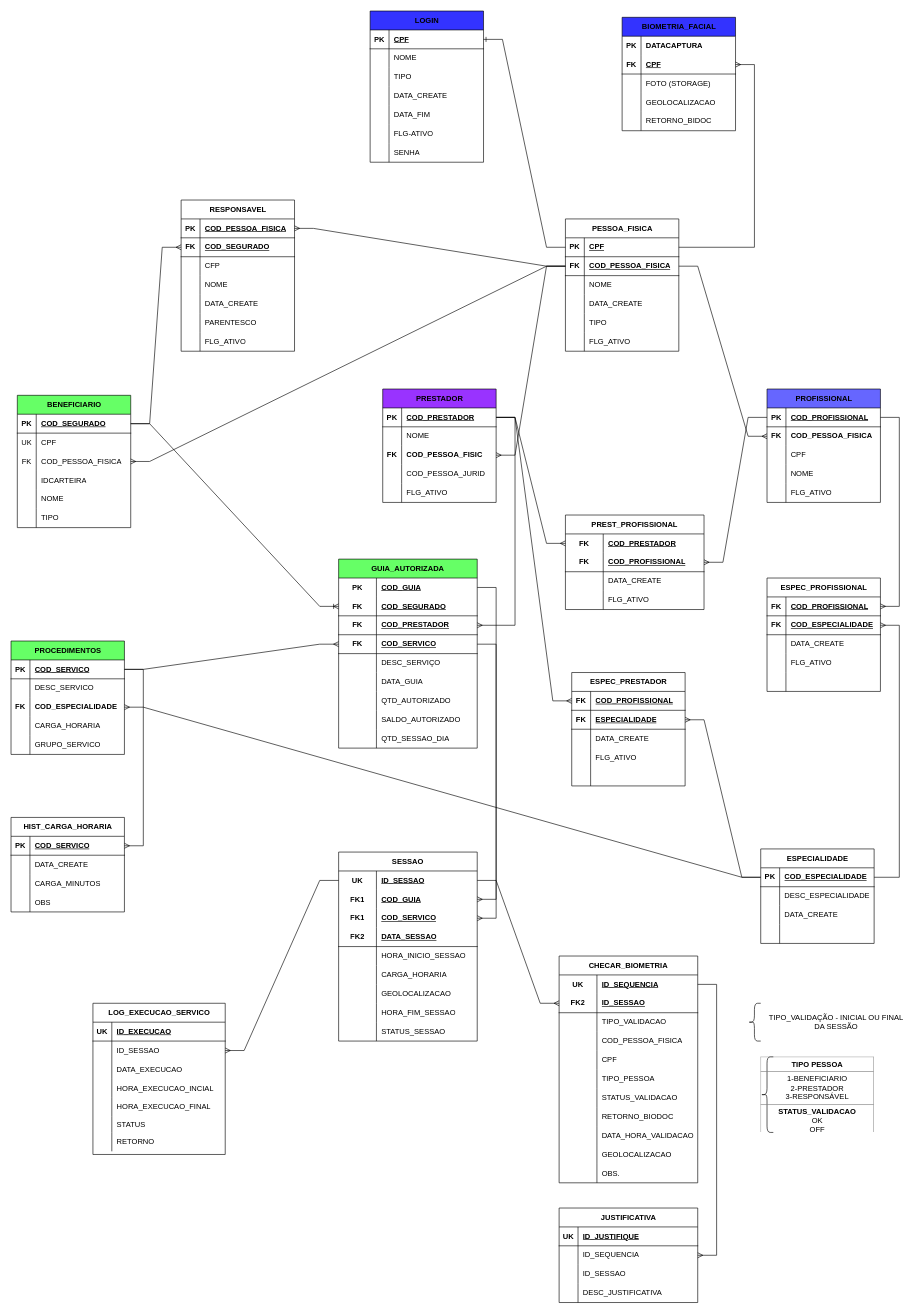
hugocesar975/Todos keeps this draw.io diagram as APP-TEA02.drawio. Above is the earlier version. Source tidied: cells renumbered, new cells numbered last; positions are measured from the earlier drawing's top-left corner, leaving out a move shared by most shapes. Both pictures are drawn from the tidied source at 63%, with x=0, y=0 at pixel (11, 11).
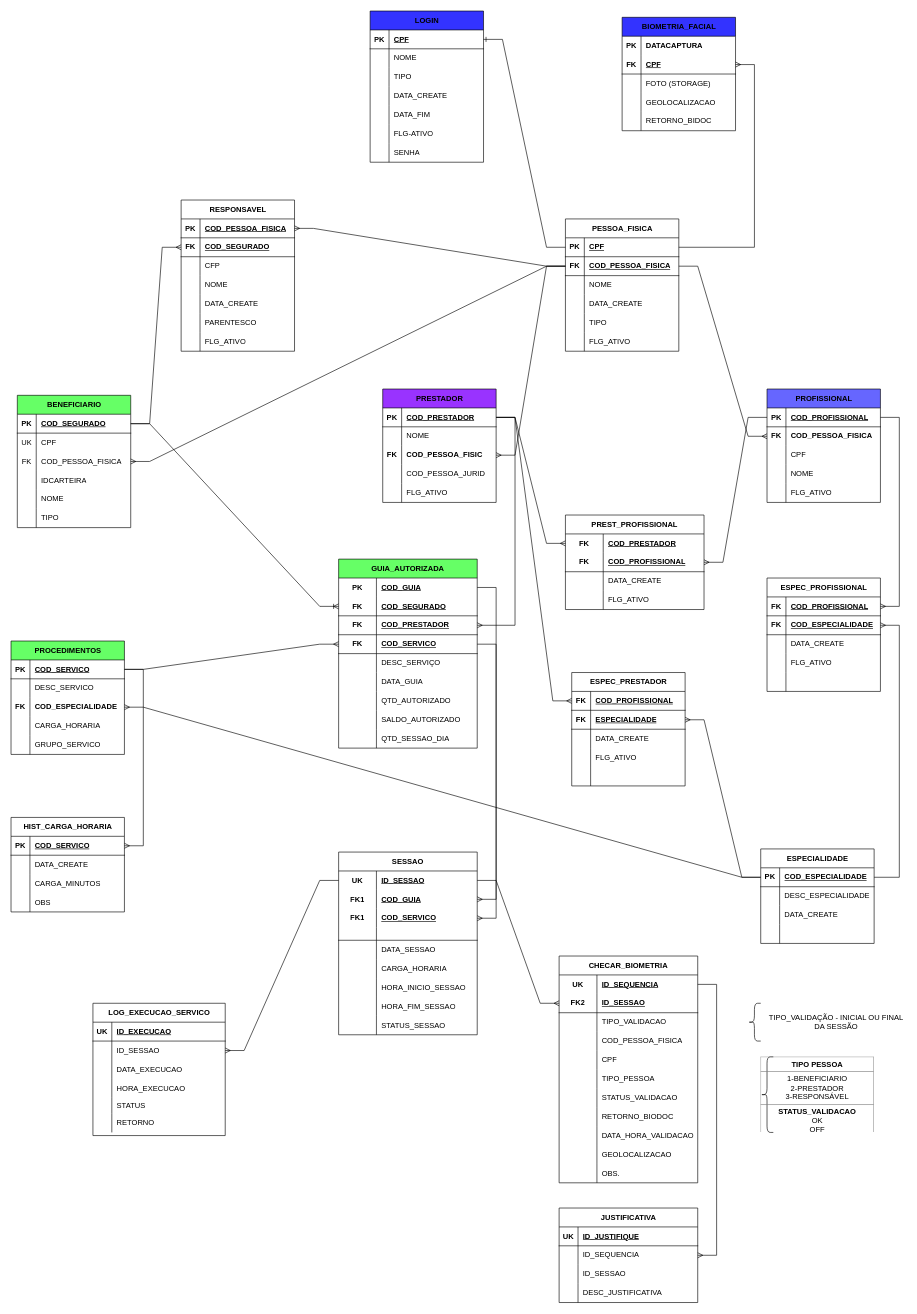
The same page after the edit.

The change refers to these unchanged cells:
```xml
<mxCell id="303" style="shape=tableRow;horizontal=0;startSize=0;swimlaneHead=0;swimlaneBody=0;fillColor=none;top=0;left=0;right=0;bottom=0;" parent="293" vertex="1">
  <mxGeometry y="120" width="210" height="30" as="geometry" />
</mxCell>
```

Change to the diagram source:
```diff
@@
     <mxCell id="265" value="SESSAO" style="shape=table;startSize=30;childLayout=tableLayout;rowLines=0;fontStyle=1;align=center;html=1;whiteSpace=wrap;" parent="1" vertex="1">
-      <mxGeometry x="520" y="1335" width="220" height="300" as="geometry" />
+      <mxGeometry x="520" y="1335" width="220" height="290" as="geometry" />
     </mxCell>
@@
     <mxCell id="275" style="shape=tableRow;horizontal=0;startSize=0;swimlaneHead=0;swimlaneBody=0;fillColor=none;top=0;left=0;right=0;bottom=1;html=1;" parent="265" vertex="1">
-      <mxGeometry y="120" width="220" height="30" as="geometry" />
+      <mxGeometry y="120" width="220" height="20" as="geometry" />
     </mxCell>
-    <mxCell id="276" value="FK2" style="shape=partialRectangle;fillColor=none;top=0;left=0;bottom=0;right=0;fontStyle=1;overflow=hidden;html=1;whiteSpace=wrap;" parent="275" vertex="1">
-      <mxGeometry width="60" height="30" as="geometry" />
+    <mxCell id="276" style="shape=partialRectangle;fillColor=none;top=0;left=0;bottom=0;right=0;fontStyle=1;overflow=hidden;html=1;whiteSpace=wrap;" parent="275" vertex="1">
+      <mxGeometry width="60" height="20" as="geometry" />
     </mxCell>
-    <mxCell id="277" value="DATA_SESSAO" style="shape=partialRectangle;fillColor=none;top=0;left=0;bottom=0;right=0;align=left;spacingLeft=6;fontStyle=5;overflow=hidden;html=1;whiteSpace=wrap;" parent="275" vertex="1">
-      <mxGeometry x="60" width="160" height="30" as="geometry" />
+    <mxCell id="277" style="shape=partialRectangle;fillColor=none;top=0;left=0;bottom=0;right=0;align=left;spacingLeft=6;fontStyle=5;overflow=hidden;html=1;whiteSpace=wrap;" parent="275" vertex="1">
+      <mxGeometry x="60" width="160" height="20" as="geometry" />
     </mxCell>
+    <mxCell id="371" style="shape=tableRow;horizontal=0;startSize=0;swimlaneHead=0;swimlaneBody=0;fillColor=none;top=0;left=0;right=0;bottom=0;html=1;" parent="265" vertex="1">
+      <mxGeometry y="140" width="220" height="30" as="geometry" />
+    </mxCell>
+    <mxCell id="285" style="shape=partialRectangle;fillColor=none;top=0;left=0;bottom=0;right=0;overflow=hidden;html=1;whiteSpace=wrap;" parent="371" vertex="1">
+      <mxGeometry width="60" height="30" as="geometry" />
+    </mxCell>
+    <mxCell id="372" value="DATA_SESSAO" style="shape=partialRectangle;fillColor=none;top=0;left=0;bottom=0;right=0;align=left;spacingLeft=6;overflow=hidden;html=1;whiteSpace=wrap;" parent="371" vertex="1">
+      <mxGeometry x="60" width="160" height="30" as="geometry" />
+    </mxCell>
+    <mxCell id="281" style="shape=tableRow;horizontal=0;startSize=0;swimlaneHead=0;swimlaneBody=0;fillColor=none;top=0;left=0;right=0;bottom=0;html=1;" parent="265" vertex="1">
+      <mxGeometry y="170" width="220" height="30" as="geometry" />
+    </mxCell>
+    <mxCell id="282" style="shape=partialRectangle;fillColor=none;top=0;left=0;bottom=0;right=0;overflow=hidden;html=1;whiteSpace=wrap;" parent="281" vertex="1">
+      <mxGeometry width="60" height="30" as="geometry" />
+    </mxCell>
+    <mxCell id="283" value="CARGA_HORARIA" style="shape=partialRectangle;fillColor=none;top=0;left=0;bottom=0;right=0;align=left;spacingLeft=6;overflow=hidden;html=1;whiteSpace=wrap;" parent="281" vertex="1">
+      <mxGeometry x="60" width="160" height="30" as="geometry" />
+    </mxCell>
     <mxCell id="278" style="shape=tableRow;horizontal=0;startSize=0;swimlaneHead=0;swimlaneBody=0;fillColor=none;top=0;left=0;right=0;bottom=0;html=1;" parent="265" vertex="1">
-      <mxGeometry y="150" width="220" height="30" as="geometry" />
+      <mxGeometry y="200" width="220" height="30" as="geometry" />
     </mxCell>
@@
-    <mxCell id="281" style="shape=tableRow;horizontal=0;startSize=0;swimlaneHead=0;swimlaneBody=0;fillColor=none;top=0;left=0;right=0;bottom=0;html=1;" parent="265" vertex="1">
-      <mxGeometry y="180" width="220" height="30" as="geometry" />
-    </mxCell>
-    <mxCell id="282" style="shape=partialRectangle;fillColor=none;top=0;left=0;bottom=0;right=0;overflow=hidden;html=1;whiteSpace=wrap;" parent="281" vertex="1">
-      <mxGeometry width="60" height="30" as="geometry" />
-    </mxCell>
-    <mxCell id="283" value="CARGA_HORARIA" style="shape=partialRectangle;fillColor=none;top=0;left=0;bottom=0;right=0;align=left;spacingLeft=6;overflow=hidden;html=1;whiteSpace=wrap;" parent="281" vertex="1">
-      <mxGeometry x="60" width="160" height="30" as="geometry" />
-    </mxCell>
-    <mxCell id="284" style="shape=tableRow;horizontal=0;startSize=0;swimlaneHead=0;swimlaneBody=0;fillColor=none;top=0;left=0;right=0;bottom=0;html=1;" parent="265" vertex="1">
-      <mxGeometry y="210" width="220" height="30" as="geometry" />
-    </mxCell>
-    <mxCell id="285" style="shape=partialRectangle;fillColor=none;top=0;left=0;bottom=0;right=0;overflow=hidden;html=1;whiteSpace=wrap;" parent="284" vertex="1">
-      <mxGeometry width="60" height="30" as="geometry" />
-    </mxCell>
-    <mxCell id="286" value="GEOLOCALIZACAO" style="shape=partialRectangle;fillColor=none;top=0;left=0;bottom=0;right=0;align=left;spacingLeft=6;overflow=hidden;html=1;whiteSpace=wrap;" parent="284" vertex="1">
-      <mxGeometry x="60" width="160" height="30" as="geometry" />
-    </mxCell>
     <mxCell id="287" style="shape=tableRow;horizontal=0;startSize=0;swimlaneHead=0;swimlaneBody=0;fillColor=none;top=0;left=0;right=0;bottom=0;html=1;" parent="265" vertex="1">
-      <mxGeometry y="240" width="220" height="30" as="geometry" />
+      <mxGeometry y="230" width="220" height="30" as="geometry" />
     </mxCell>
@@
     <mxCell id="290" style="shape=tableRow;horizontal=0;startSize=0;swimlaneHead=0;swimlaneBody=0;fillColor=none;top=0;left=0;right=0;bottom=0;html=1;" parent="265" vertex="1">
-      <mxGeometry y="270" width="220" height="30" as="geometry" />
+      <mxGeometry y="260" width="220" height="30" as="geometry" />
     </mxCell>
@@
     <mxCell id="293" value="LOG_EXECUCAO_SERVICO" style="shape=table;startSize=30;childLayout=tableLayout;rowLines=0;fontStyle=1;align=center;html=1;" parent="1" vertex="1">
-      <mxGeometry x="130" y="1575" width="210" height="240" as="geometry" />
+      <mxGeometry x="130" y="1575" width="210" height="210" as="geometry" />
     </mxCell>
@@
-    <mxCell id="305" value="HORA_EXECUCAO_INCIAL" style="shape=partialRectangle;fillColor=none;top=0;left=0;bottom=0;right=0;align=left;spacingLeft=6;overflow=hidden;whiteSpace=wrap;html=1;" parent="303" vertex="1">
+    <mxCell id="305" value="HORA_EXECUCAO" style="shape=partialRectangle;fillColor=none;top=0;left=0;bottom=0;right=0;align=left;spacingLeft=6;overflow=hidden;whiteSpace=wrap;html=1;" parent="303" vertex="1">
       <mxGeometry x="30" width="180" height="30" as="geometry" />
     </mxCell>
-    <mxCell id="306" style="shape=tableRow;horizontal=0;startSize=0;swimlaneHead=0;swimlaneBody=0;fillColor=none;top=0;left=0;right=0;bottom=0;" parent="293" vertex="1">
-      <mxGeometry y="150" width="210" height="30" as="geometry" />
-    </mxCell>
-    <mxCell id="307" style="shape=partialRectangle;fillColor=none;top=0;left=0;bottom=0;right=0;overflow=hidden;whiteSpace=wrap;html=1;" parent="306" vertex="1">
-      <mxGeometry width="30" height="30" as="geometry" />
-    </mxCell>
-    <mxCell id="308" value="HORA_EXECUCAO_FINAL" style="shape=partialRectangle;fillColor=none;top=0;left=0;bottom=0;right=0;align=left;spacingLeft=6;overflow=hidden;whiteSpace=wrap;html=1;" parent="306" vertex="1">
-      <mxGeometry x="30" width="180" height="30" as="geometry" />
-    </mxCell>
     <mxCell id="309" style="shape=tableRow;horizontal=0;startSize=0;swimlaneHead=0;swimlaneBody=0;fillColor=none;top=0;left=0;right=0;bottom=0;" parent="293" vertex="1">
-      <mxGeometry y="180" width="210" height="25" as="geometry" />
+      <mxGeometry y="150" width="210" height="25" as="geometry" />
     </mxCell>
@@
     <mxCell id="312" style="shape=tableRow;horizontal=0;startSize=0;swimlaneHead=0;swimlaneBody=0;fillColor=none;top=0;left=0;right=0;bottom=0;" parent="293" vertex="1">
-      <mxGeometry y="205" width="210" height="30" as="geometry" />
+      <mxGeometry y="175" width="210" height="30" as="geometry" />
     </mxCell>
```
